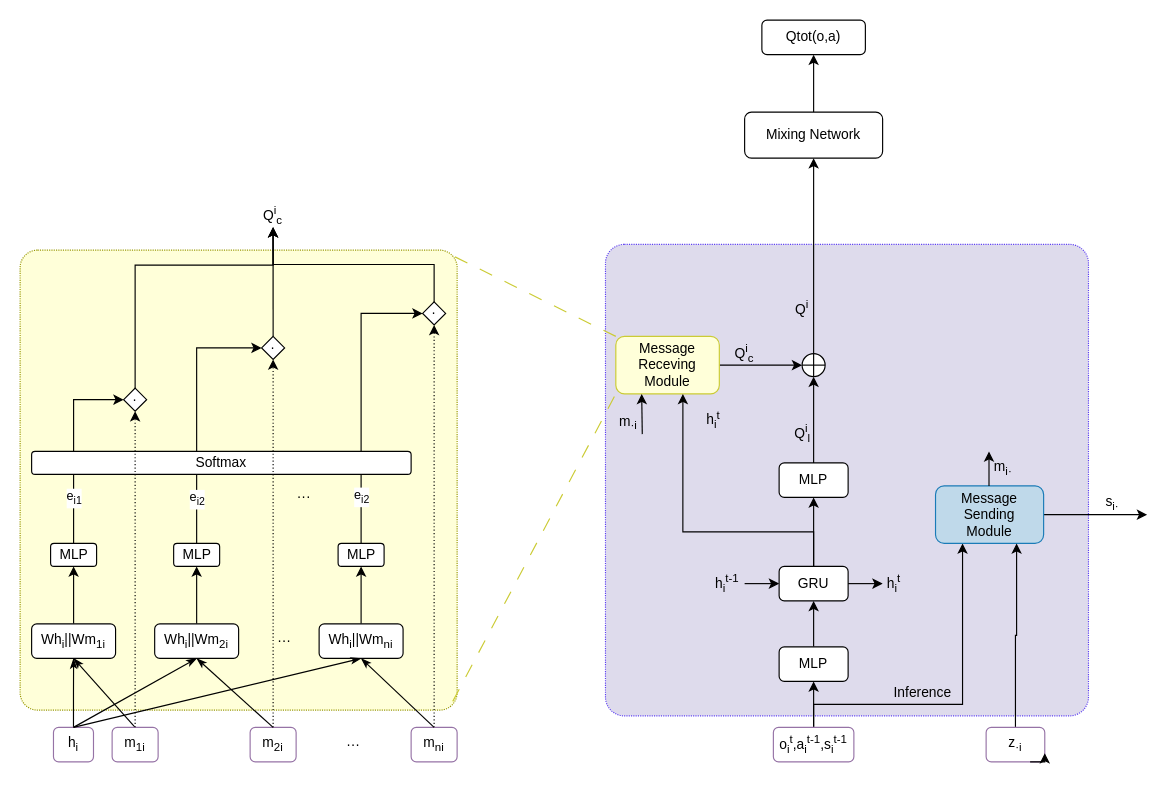
This is network.drawio from fan-zine/drawio, a draw.io file, before an edit. Source tidied: cells renumbered, new cells numbered last; positions are measured from the earlier drawing's top-left corner, leaving out a move shared by most shapes. Both pictures are drawn from the tidied source at 115%, with x=0, y=0 at pixel (20, 20).
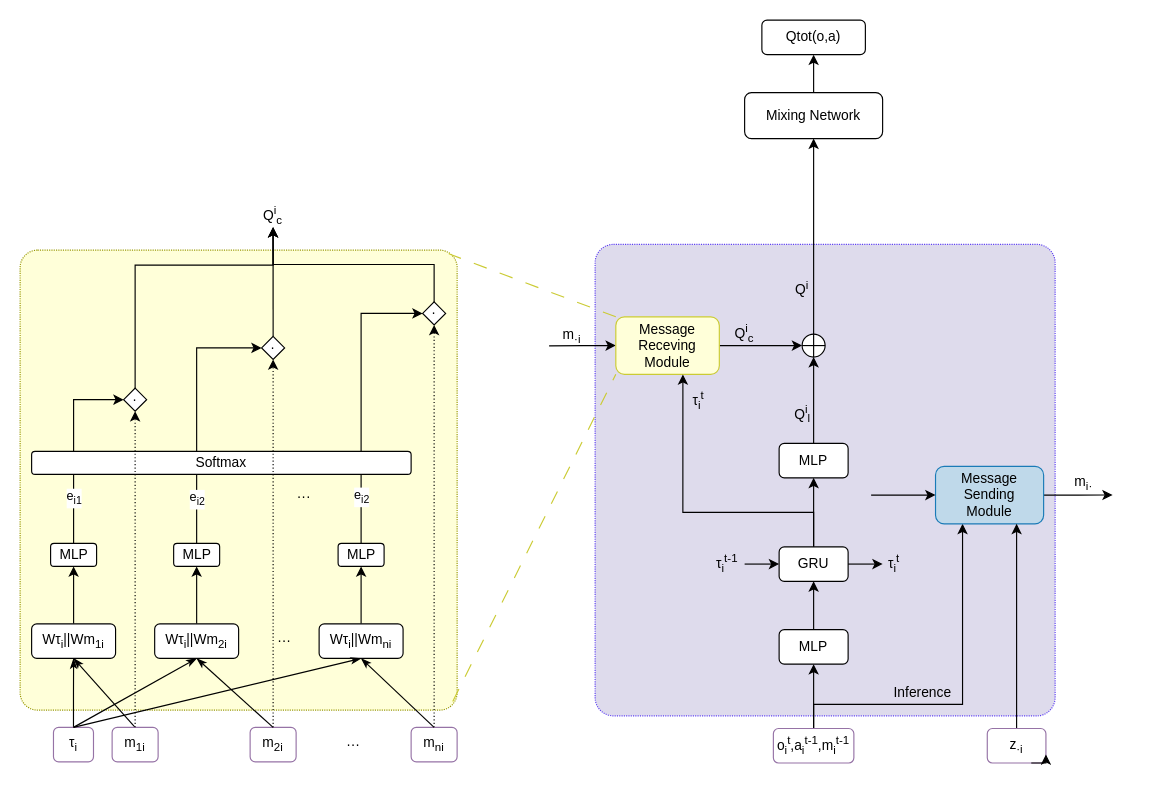
Above is the later version.

What changed in the source:
```diff
@@
     <mxCell id="2" style="rounded=1;whiteSpace=wrap;html=1;strokeColor=#5e40f2;align=center;verticalAlign=middle;fontFamily=Helvetica;fontSize=12;fillColor=#dedbec;shadow=0;glass=0;arcSize=4;dashed=1;dashPattern=1 1;" parent="1" vertex="1">
-      <mxGeometry x="509" y="195" width="420" height="410" as="geometry" />
+      <mxGeometry x="500" y="195" width="400" height="410" as="geometry" />
     </mxCell>
@@
     <mxCell id="9" value="MLP" style="rounded=1;whiteSpace=wrap;html=1;" parent="1" vertex="1">
-      <mxGeometry x="660" y="545" width="60" height="30" as="geometry" />
+      <mxGeometry x="660" y="530" width="60" height="30" as="geometry" />
     </mxCell>
@@
     <mxCell id="11" value="GRU" style="rounded=1;whiteSpace=wrap;html=1;" parent="1" vertex="1">
-      <mxGeometry x="660" y="475" width="60" height="30" as="geometry" />
+      <mxGeometry x="660" y="458" width="60" height="30" as="geometry" />
     </mxCell>
@@
-    <mxCell id="14" value="o&lt;sub&gt;i&lt;/sub&gt;&lt;sup&gt;t&lt;/sup&gt;,a&lt;sub&gt;i&lt;/sub&gt;&lt;sup&gt;t-1&lt;/sup&gt;,s&lt;sub&gt;i&lt;/sub&gt;&lt;sup&gt;t-1&lt;/sup&gt;" style="text;html=1;align=center;verticalAlign=middle;whiteSpace=wrap;rounded=1;fillColor=none;strokeColor=#9673a6;" parent="1" vertex="1">
-      <mxGeometry x="655" y="615" width="70" height="30" as="geometry" />
+    <mxCell id="14" value="o&lt;sub&gt;i&lt;/sub&gt;&lt;sup&gt;t&lt;/sup&gt;,a&lt;sub&gt;i&lt;/sub&gt;&lt;sup&gt;t-1&lt;/sup&gt;,m&lt;sub&gt;i&lt;/sub&gt;&lt;sup&gt;t-1&lt;/sup&gt;" style="text;html=1;align=center;verticalAlign=middle;whiteSpace=wrap;rounded=1;fillColor=none;strokeColor=#9673a6;" parent="1" vertex="1">
+      <mxGeometry x="655" y="616" width="70" height="30" as="geometry" />
     </mxCell>
@@
     <mxCell id="16" value="MLP" style="rounded=1;whiteSpace=wrap;html=1;" parent="1" vertex="1">
-      <mxGeometry x="660" y="385" width="60" height="30" as="geometry" />
+      <mxGeometry x="660" y="368" width="60" height="30" as="geometry" />
     </mxCell>
@@
     <mxCell id="18" value="Mixing Network" style="rounded=1;whiteSpace=wrap;html=1;" parent="1" vertex="1">
-      <mxGeometry x="630" y="80" width="120" height="40" as="geometry" />
+      <mxGeometry x="630" y="63" width="120" height="40" as="geometry" />
     </mxCell>
@@
-    <mxCell id="22" value="h&lt;sub&gt;i&lt;/sub&gt;&lt;sup&gt;t-1&lt;/sup&gt;" style="text;html=1;align=center;verticalAlign=middle;whiteSpace=wrap;rounded=0;" parent="1" vertex="1">
-      <mxGeometry x="600" y="475" width="30" height="30" as="geometry" />
+    <mxCell id="22" value="τ&lt;sub&gt;i&lt;/sub&gt;&lt;sup&gt;t-1&lt;/sup&gt;" style="text;html=1;align=center;verticalAlign=middle;whiteSpace=wrap;rounded=0;" parent="1" vertex="1">
+      <mxGeometry x="600" y="458" width="30" height="30" as="geometry" />
     </mxCell>
@@
-    <mxCell id="24" value="h&lt;sub&gt;i&lt;/sub&gt;" style="text;html=1;align=center;verticalAlign=middle;whiteSpace=wrap;rounded=1;fillColor=none;strokeColor=#9673a6;" parent="1" vertex="1">
+    <mxCell id="24" value="τ&lt;sub&gt;i&lt;/sub&gt;" style="text;html=1;align=center;verticalAlign=middle;whiteSpace=wrap;rounded=1;fillColor=none;strokeColor=#9673a6;" parent="1" vertex="1">
       <mxGeometry x="29" y="615" width="34.8" height="30" as="geometry" />
     </mxCell>
-    <mxCell id="25" style="edgeStyle=orthogonalEdgeStyle;rounded=0;jettySize=auto;html=1;exitX=1;exitY=0.5;exitDx=0;exitDy=0;fontFamily=Helvetica;fontSize=12;fontColor=default;" parent="1" edge="1" source="26">
-      <mxGeometry relative="1" as="geometry">
-        <mxPoint x="980" y="430" as="targetPoint" />
-      </mxGeometry>
-    </mxCell>
+    <mxCell id="81" style="edgeStyle=orthogonalEdgeStyle;rounded=0;jettySize=auto;html=1;exitX=1;exitY=0.5;exitDx=0;exitDy=0;fontFamily=Helvetica;fontSize=12;fontColor=default;" parent="1" edge="1" source="26">
+      <mxGeometry relative="1" as="geometry">
+        <mxPoint x="950" y="412.9" as="targetPoint" />
+      </mxGeometry>
+    </mxCell>
     <mxCell id="26" value="Message&lt;br&gt;Sending&lt;br&gt;Module" style="rounded=1;whiteSpace=wrap;html=1;fillColor=#bfd9ea;strokeColor=#1a7bb7;" parent="1" vertex="1">
-      <mxGeometry x="796" y="405" width="94" height="50" as="geometry" />
+      <mxGeometry x="796" y="388" width="94" height="50" as="geometry" />
     </mxCell>
@@
+    <mxCell id="82" style="edgeStyle=orthogonalEdgeStyle;rounded=0;jettySize=auto;html=1;exitX=0;exitY=0.5;exitDx=0;exitDy=0;fontFamily=Helvetica;fontSize=12;fontColor=default;endArrow=none;endFill=0;startArrow=classic;startFill=1;" parent="1" edge="1" source="29">
+      <mxGeometry relative="1" as="geometry">
+        <mxPoint x="460" y="283.3" as="targetPoint" />
+      </mxGeometry>
+    </mxCell>
     <mxCell id="29" value="Message&lt;br&gt;Receving&lt;br&gt;Module" style="rounded=1;whiteSpace=wrap;html=1;fillColor=#ffffd9;strokeColor=#cbcb34;" parent="1" vertex="1">
-      <mxGeometry x="518" y="275" width="90" height="50" as="geometry" />
+      <mxGeometry x="518" y="258" width="90" height="50" as="geometry" />
     </mxCell>
     <mxCell id="30" value="Q&lt;sup&gt;i&lt;/sup&gt;&lt;sub&gt;c&lt;/sub&gt;" style="text;html=1;align=center;verticalAlign=middle;whiteSpace=wrap;rounded=0;" parent="1" vertex="1">
-      <mxGeometry x="600" y="275" width="60" height="30" as="geometry" />
+      <mxGeometry x="600" y="258" width="60" height="30" as="geometry" />
     </mxCell>
-    <mxCell id="31" value="h&lt;sub&gt;i&lt;/sub&gt;&lt;sup&gt;t&lt;/sup&gt;" style="text;html=1;align=center;verticalAlign=middle;whiteSpace=wrap;rounded=0;" parent="1" vertex="1">
-      <mxGeometry x="593" y="335" width="20" height="25" as="geometry" />
+    <mxCell id="31" value="τ&lt;sub&gt;i&lt;/sub&gt;&lt;sup&gt;t&lt;/sup&gt;" style="text;html=1;align=center;verticalAlign=middle;whiteSpace=wrap;rounded=0;" parent="1" vertex="1">
+      <mxGeometry x="580" y="318" width="20" height="25" as="geometry" />
     </mxCell>
@@
     <mxCell id="33" style="shape=orEllipse;perimeter=ellipsePerimeter;whiteSpace=wrap;html=1;backgroundOutline=1;" parent="1" vertex="1">
-      <mxGeometry x="680" y="290" width="20" height="20" as="geometry" />
+      <mxGeometry x="680" y="273" width="20" height="20" as="geometry" />
     </mxCell>
     <mxCell id="34" value="Q&lt;sup&gt;i&lt;/sup&gt;&lt;sub&gt;l&lt;/sub&gt;" style="text;html=1;align=center;verticalAlign=middle;whiteSpace=wrap;rounded=0;" parent="1" vertex="1">
-      <mxGeometry x="667.5" y="345" width="25" height="30" as="geometry" />
+      <mxGeometry x="667.5" y="328" width="25" height="30" as="geometry" />
     </mxCell>
     <mxCell id="35" value="Q&lt;sup&gt;i&lt;/sup&gt;" style="text;html=1;align=center;verticalAlign=middle;whiteSpace=wrap;rounded=0;" parent="1" vertex="1">
-      <mxGeometry x="650" y="235" width="60" height="30" as="geometry" />
+      <mxGeometry x="650" y="218" width="60" height="30" as="geometry" />
     </mxCell>
@@
     <mxCell id="37" value="z&lt;sub&gt;·i&lt;/sub&gt;" style="text;html=1;align=center;verticalAlign=middle;whiteSpace=wrap;rounded=1;fillColor=none;strokeColor=#9673a6;" parent="1" vertex="1">
-      <mxGeometry x="840" y="615" width="51" height="30" as="geometry" />
+      <mxGeometry x="841" y="616" width="51" height="30" as="geometry" />
     </mxCell>
-    <mxCell id="38" value="s&lt;sub&gt;i·&lt;/sub&gt;" style="text;html=1;align=center;verticalAlign=middle;whiteSpace=wrap;rounded=0;" parent="1" vertex="1">
-      <mxGeometry x="920" y="405" width="60" height="30" as="geometry" />
+    <mxCell id="38" value="m&lt;sub&gt;i·&lt;/sub&gt;" style="text;html=1;align=center;verticalAlign=middle;whiteSpace=wrap;rounded=0;" parent="1" vertex="1">
+      <mxGeometry x="910" y="388" width="30" height="30" as="geometry" />
     </mxCell>
@@
-    <mxCell id="40" style="endArrow=classic;html=1;rounded=0;entryX=0.25;entryY=1;entryDx=0;entryDy=0;" parent="1" edge="1" target="29">
-      <mxGeometry relative="1" as="geometry">
-        <mxPoint x="541" y="360" as="sourcePoint" />
-      </mxGeometry>
-    </mxCell>
     <mxCell id="41" value="m&lt;sub&gt;·i&lt;/sub&gt;" style="text;html=1;align=center;verticalAlign=middle;whiteSpace=wrap;rounded=0;" parent="1" vertex="1">
-      <mxGeometry x="509" y="340" width="40" height="20" as="geometry" />
+      <mxGeometry x="460" y="265" width="40" height="20" as="geometry" />
     </mxCell>
-    <mxCell id="42" value="m&lt;sub&gt;i·&lt;/sub&gt;" style="text;html=1;align=center;verticalAlign=middle;whiteSpace=wrap;rounded=0;" parent="1" vertex="1">
-      <mxGeometry x="830" y="375" width="50" height="30" as="geometry" />
-    </mxCell>
@@
-    <mxCell id="44" value="Wh&lt;sub&gt;i&lt;/sub&gt;||Wm&lt;sub&gt;1i&lt;/sub&gt;" style="rounded=1;whiteSpace=wrap;html=1;" parent="1" vertex="1">
+    <mxCell id="44" value="Wτ&lt;sub&gt;i&lt;/sub&gt;||Wm&lt;sub&gt;1i&lt;/sub&gt;" style="rounded=1;whiteSpace=wrap;html=1;" parent="1" vertex="1">
       <mxGeometry x="10" y="525" width="73" height="30" as="geometry" />
     </mxCell>
@@
-    <mxCell id="46" value="Wh&lt;sub&gt;i&lt;/sub&gt;||Wm&lt;sub&gt;2i&lt;/sub&gt;" style="rounded=1;whiteSpace=wrap;html=1;" parent="1" vertex="1">
+    <mxCell id="46" value="Wτ&lt;sub&gt;i&lt;/sub&gt;||Wm&lt;sub&gt;2i&lt;/sub&gt;" style="rounded=1;whiteSpace=wrap;html=1;" parent="1" vertex="1">
       <mxGeometry x="117" y="525" width="73" height="30" as="geometry" />
     </mxCell>
@@
-    <mxCell id="48" value="Wh&lt;sub&gt;i&lt;/sub&gt;||Wm&lt;sub&gt;ni&lt;/sub&gt;" style="rounded=1;whiteSpace=wrap;html=1;" parent="1" vertex="1">
+    <mxCell id="48" value="Wτ&lt;sub&gt;i&lt;/sub&gt;||Wm&lt;sub&gt;ni&lt;/sub&gt;" style="rounded=1;whiteSpace=wrap;html=1;" parent="1" vertex="1">
       <mxGeometry x="260" y="525" width="73" height="30" as="geometry" />
     </mxCell>
@@
-    <mxCell id="75" value="h&lt;sub&gt;i&lt;/sub&gt;&lt;sup&gt;t&lt;/sup&gt;" style="text;html=1;align=center;verticalAlign=middle;whiteSpace=wrap;rounded=0;" parent="1" vertex="1">
-      <mxGeometry x="750" y="477.5" width="20" height="25" as="geometry" />
+    <mxCell id="75" value="τ&lt;sub&gt;i&lt;/sub&gt;&lt;sup&gt;t&lt;/sup&gt;" style="text;html=1;align=center;verticalAlign=middle;whiteSpace=wrap;rounded=0;" parent="1" vertex="1">
+      <mxGeometry x="750" y="460.5" width="20" height="25" as="geometry" />
     </mxCell>
@@
-    <mxCell id="78" style="edgeStyle=orthogonalEdgeStyle;rounded=0;orthogonalLoop=1;jettySize=auto;html=1;exitX=0.25;exitY=1;exitDx=0;exitDy=0;entryX=0.25;entryY=0;entryDx=0;entryDy=0;fontFamily=Helvetica;fontSize=12;fontColor=default;" parent="1" edge="1" source="42" target="42">
-      <mxGeometry relative="1" as="geometry" />
-    </mxCell>
     <mxCell id="79" style="edgeStyle=orthogonalEdgeStyle;rounded=0;jettySize=auto;html=1;exitX=0.5;exitY=0;exitDx=0;exitDy=0;entryX=0.648;entryY=1.002;entryDx=0;entryDy=0;entryPerimeter=0;fontFamily=Helvetica;fontSize=12;fontColor=default;" parent="1" edge="1" source="11" target="29">
       <mxGeometry relative="1" as="geometry">
         <Array as="points">
-          <mxPoint x="690" y="445" />
-          <mxPoint x="576" y="445" />
+          <mxPoint x="690" y="428" />
+          <mxPoint x="576" y="428" />
         </Array>
       </mxGeometry>
     </mxCell>
@@
+    <mxCell id="83" style="endArrow=classic;html=1;rounded=0;fontFamily=Helvetica;fontSize=12;fontColor=default;entryX=0;entryY=0.5;entryDx=0;entryDy=0;" parent="1" edge="1" target="26">
+      <mxGeometry relative="1" as="geometry">
+        <mxPoint x="740" y="413" as="sourcePoint" />
+      </mxGeometry>
+    </mxCell>
```
